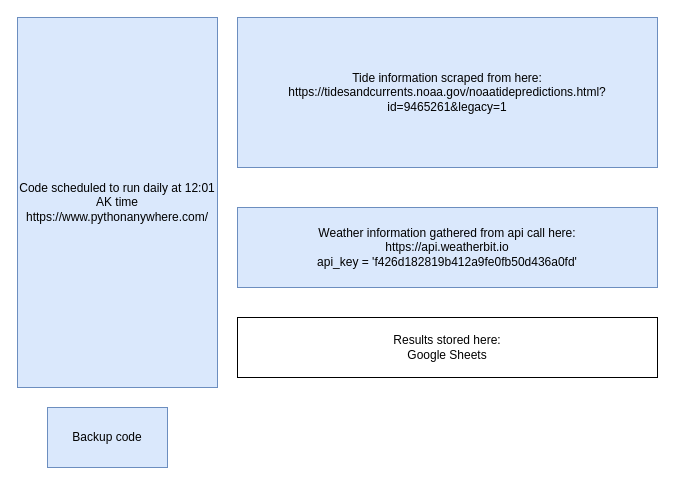
Above: Bristol Tide overview.drawio in usernamesareusless/C-Tide-Tracker (draw.io), before the change. Source tidied: cells renumbered, new cells numbered last; positions are measured from the earlier drawing's top-left corner, leaving out a move shared by most shapes. Both pictures are drawn from the tidied source at 100%, with x=0, y=0 at pixel (17, 17).
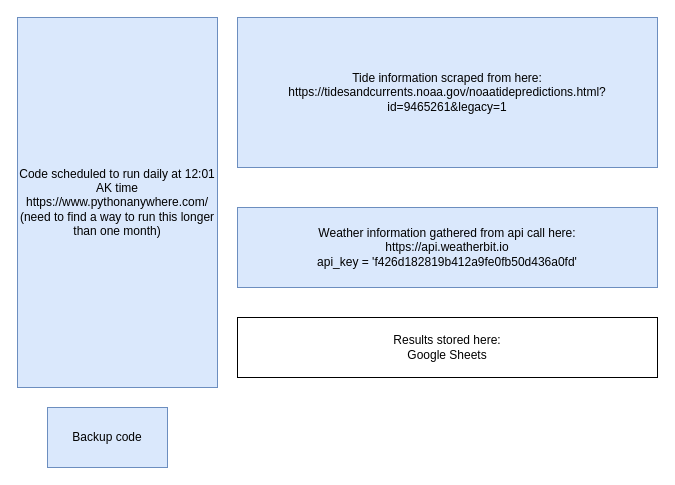
Above is the later version.

Diff of the diagram source:
```diff
@@
 <mxGraphModel>
   <root>
     <mxCell id="0" />
     <mxCell id="1" parent="0" />
     <mxCell id="2" value="Tide information scraped from here:&lt;br&gt;https://tidesandcurrents.noaa.gov/noaatidepredictions.html?id=9465261&amp;amp;legacy=1" style="rounded=0;whiteSpace=wrap;html=1;fillColor=#dae8fc;strokeColor=#6c8ebf;" parent="1" vertex="1">
       <mxGeometry x="220" width="420" height="150" as="geometry" />
     </mxCell>
     <mxCell id="3" value="Weather information gathered from api call here:&lt;br&gt;https://api.weatherbit.io&lt;br&gt;api_key = 'f426d182819b412a9fe0fb50d436a0fd'" style="rounded=0;whiteSpace=wrap;html=1;fillColor=#dae8fc;strokeColor=#6c8ebf;" parent="1" vertex="1">
       <mxGeometry x="220" y="190" width="420" height="80" as="geometry" />
     </mxCell>
-    <mxCell id="4" value="Code scheduled to run daily at 12:01 AK time&lt;br&gt;https://www.pythonanywhere.com/" style="rounded=0;whiteSpace=wrap;html=1;fillColor=#dae8fc;strokeColor=#6c8ebf;" parent="1" vertex="1">
+    <mxCell id="4" value="Code scheduled to run daily at 12:01 AK time&lt;br&gt;https://www.pythonanywhere.com/&lt;br&gt;(need to find a way to run this longer than one month)" style="rounded=0;whiteSpace=wrap;html=1;fillColor=#dae8fc;strokeColor=#6c8ebf;" parent="1" vertex="1">
       <mxGeometry width="200" height="370" as="geometry" />
     </mxCell>
     <mxCell id="5" value="Results stored here:&lt;br&gt;Google Sheets" style="rounded=0;whiteSpace=wrap;html=1;" parent="1" vertex="1">
       <mxGeometry x="220" y="300" width="420" height="60" as="geometry" />
     </mxCell>
     <mxCell id="6" value="Backup code" style="rounded=0;whiteSpace=wrap;html=1;fillColor=#dae8fc;strokeColor=#6c8ebf;" parent="1" vertex="1">
       <mxGeometry x="30" y="390" width="120" height="60" as="geometry" />
     </mxCell>
   </root>
 </mxGraphModel>
```
